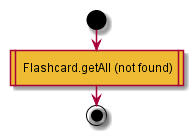
Earlier version of the PlantUML export test2/diagrams/StudyFlashcards.GET.getFlashcards.png (MaxXx1313/testwiki).
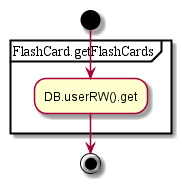
The same file after the commit.

The edit, as a diff of the source:
```diff
@@ -1,5 +1,7 @@
 @startuml
 start
-#eebb33: Flashcard.getAll (not found)|
+partition FlashCard.getFlashCards {
+:DB.userRW().get;
+}
 end;
 @enduml
```
